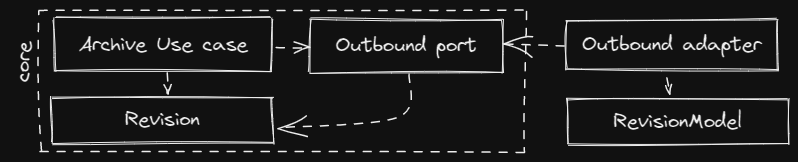
hex-arch-training/hex-arch-training.github.io keeps this Excalidraw diagram as assets/mapping-two-way-mapping.excalidraw.png. Above is the earlier version. Source tidied: one line per element, renumbered; positions are measured from the earlier drawing's top-left corner, leaving out a move shared by most shapes.
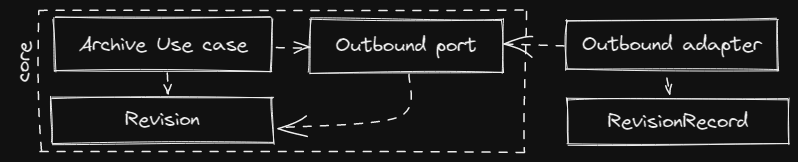
The same file after the commit.

Commit message:
fix two way mapping

Change to the diagram source:
```diff
@@ -13,5 +13,5 @@
 {"id": 12, "type": "text", "text": "Outbound adapter", "strokeColor": "#000000", "strokeWidth": 1, "roughness": 1, "fontSize": 20, "fontFamily": 1, "textAlign": "center", "verticalAlign": "middle", "inside": 11, "x": 580, "y": 22, "width": 181, "height": 25}
 {"id": 13, "type": "arrow", "strokeColor": "#000000", "strokeWidth": 1, "strokeStyle": "dashed", "roughness": 1, "endArrowhead": "arrow", "from": 11, "to": 4, "x": 562, "y": 36, "width": 60, "height": 3, "points": [[0, 0], [-60, -3]]}
 {"id": 14, "type": "rectangle", "strokeColor": "#000000", "strokeWidth": 1, "roughness": 1, "x": 566, "y": 89, "width": 221, "height": 45}
-{"id": 15, "type": "text", "text": "RevisionModel", "strokeColor": "#000000", "strokeWidth": 1, "roughness": 1, "fontSize": 20, "fontFamily": 1, "textAlign": "center", "verticalAlign": "middle", "inside": 14, "x": 611, "y": 99, "width": 131, "height": 25}
+{"id": 15, "type": "text", "text": "RevisionRecord", "strokeColor": "#000000", "strokeWidth": 1, "roughness": 1, "fontSize": 20, "fontFamily": 1, "textAlign": "center", "verticalAlign": "middle", "inside": 14, "x": 605, "y": 99, "width": 143, "height": 25}
 {"id": 16, "type": "arrow", "strokeColor": "#000000", "strokeWidth": 1, "strokeStyle": "dashed", "roughness": 1, "endArrowhead": "arrow", "from": 11, "to": 14, "x": 666, "y": 68, "width": 3, "height": 17, "points": [[0, 0], [3, 17]]}
```
